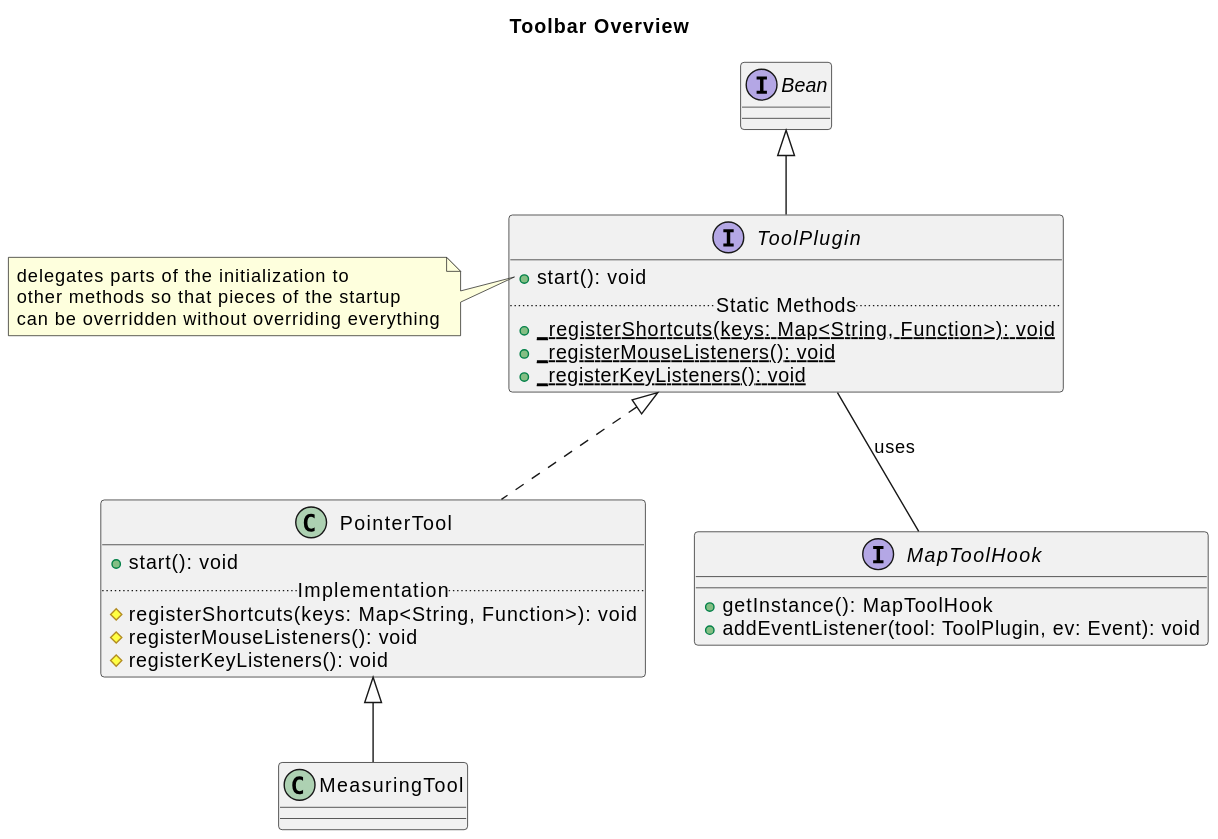
Before: toolbar-overview.svg, a diagram exported from PlantUML (Azhrei/toolbar-design).
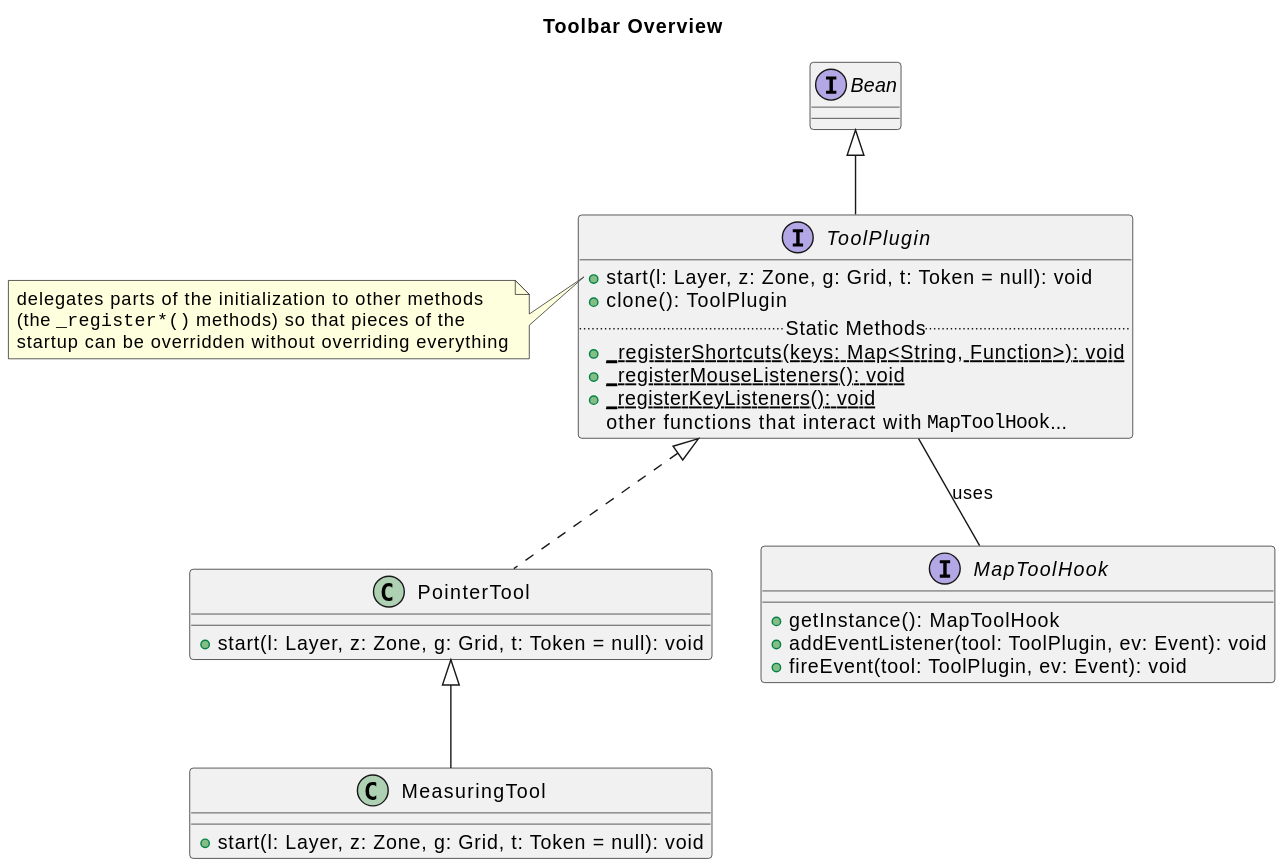
After the commit.

Commit message:
Added a few links, updated some diagrams

Diff of the diagram source:
```diff
@@ -2,33 +2,33 @@
 title "Toolbar Overview"
 
 interface ToolPlugin extends Bean {
-    +start(): void
+    +start(l: Layer, z: Zone, g: Grid, t: Token = null): void
+    +clone(): ToolPlugin
     ..Static Methods..
     + {static} _registerShortcuts(keys: Map<String, Function>): void
     + {static} _registerMouseListeners(): void
     + {static} _registerKeyListeners(): void
+    other functions that interact with ""MapToolHook""...
 }
 
 note left of ToolPlugin::start
-  delegates parts of the initialization to
-  other methods so that pieces of the startup
-  can be overridden without overriding everything
+  delegates parts of the initialization to other methods
+  (the ""_register*()"" methods) so that pieces of the
+  startup can be overridden without overriding everything
 end note
 
 class PointerTool implements ToolPlugin {
-    +start(): void
-    ..Implementation..
-    #registerShortcuts(keys: Map<String, Function>): void
-    #registerMouseListeners(): void
-    #registerKeyListeners(): void
+    +start(l: Layer, z: Zone, g: Grid, t: Token = null): void
 }
 
 class MeasuringTool extends PointerTool {
+    +start(l: Layer, z: Zone, g: Grid, t: Token = null): void
 }
 
 interface MapToolHook {
     +getInstance(): MapToolHook
     +addEventListener(tool: ToolPlugin, ev: Event): void
+    +fireEvent(tool: ToolPlugin, ev: Event): void
 }
 
 ToolPlugin -- MapToolHook : uses
```
